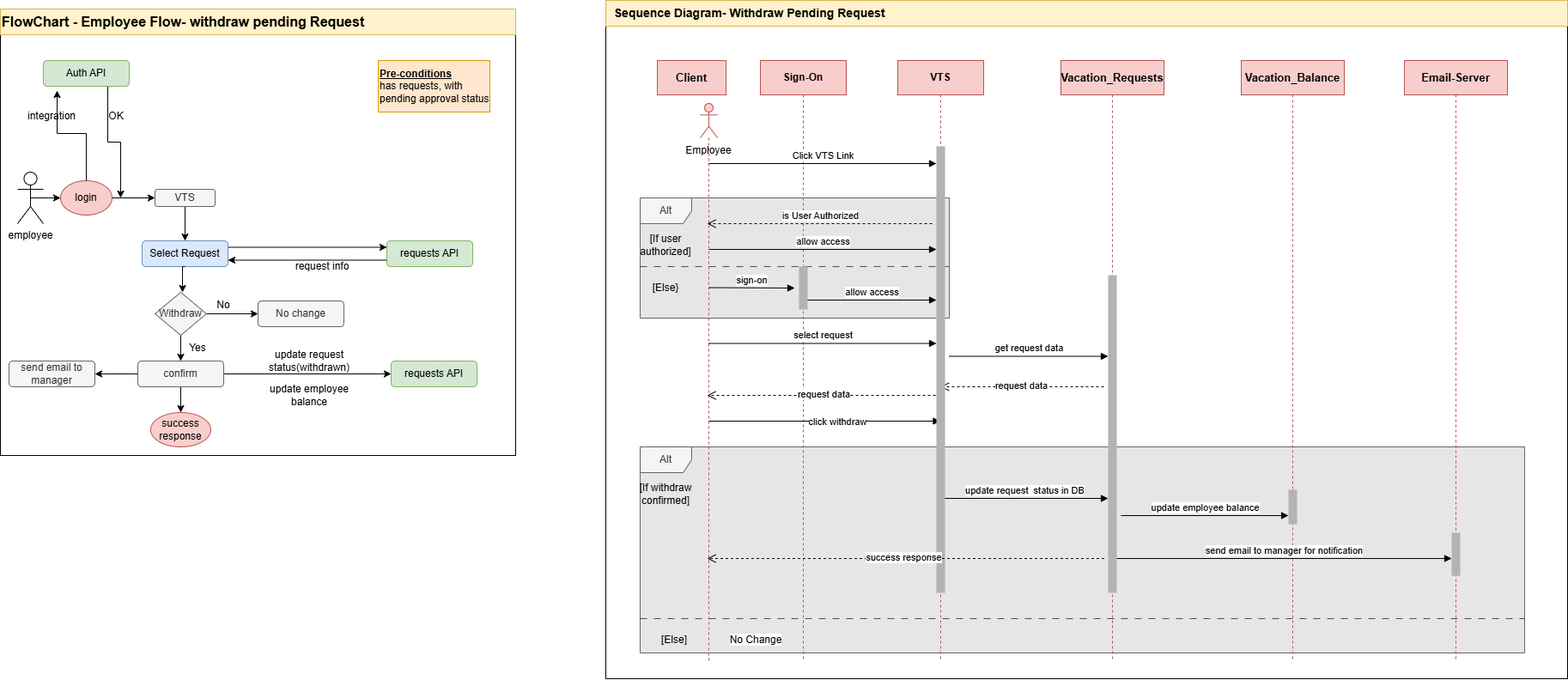
This is images/VTS-withdraw request.png from Radwa-Kelany/task1-VTS, a draw.io export, as it was before one commit. Source tidied: cells renumbered, new cells last; positions are measured from the earlier drawing's top-left corner, leaving out a move shared by most shapes.
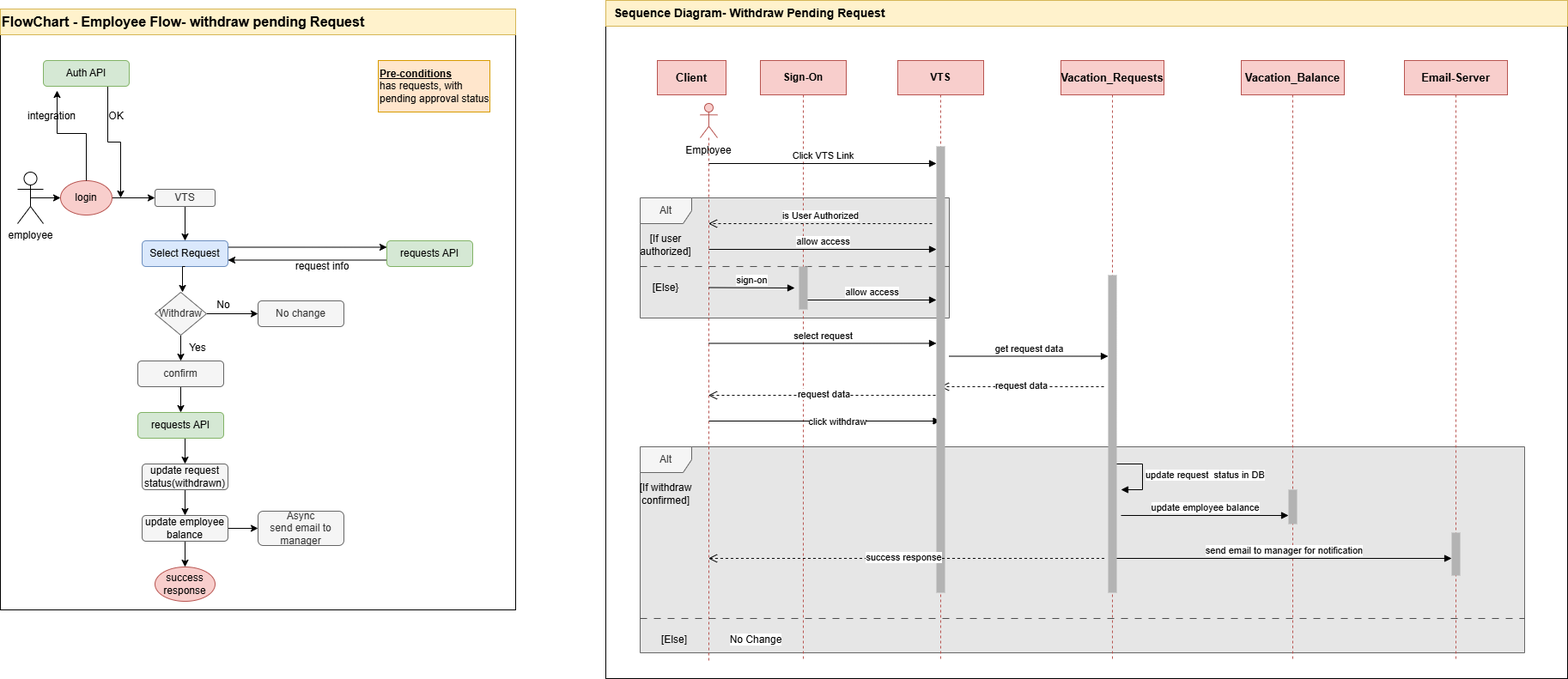
Above is the later version.

Change to the diagram source:
```diff
@@ -3,7 +3,7 @@
     <mxCell id="0" />
     <mxCell id="1" parent="0" />
     <mxCell id="2" style="rounded=0;whiteSpace=wrap;html=1;" parent="1" vertex="1">
-      <mxGeometry y="30" width="600" height="500" as="geometry" />
+      <mxGeometry y="30" width="600" height="680" as="geometry" />
     </mxCell>
     <mxCell id="3" style="edgeStyle=orthogonalEdgeStyle;rounded=0;jettySize=auto;html=1;exitX=0.5;exitY=0.5;exitDx=0;exitDy=0;exitPerimeter=0;entryX=0;entryY=0.5;entryDx=0;entryDy=0;" parent="1" edge="1" source="4" target="6">
       <mxGeometry relative="1" as="geometry" />
@@ -36,9 +36,6 @@
         <mxPoint x="212" y="340" as="targetPoint" />
       </mxGeometry>
     </mxCell>
-    <mxCell id="12" style="edgeStyle=orthogonalEdgeStyle;rounded=0;jettySize=auto;html=1;exitX=1;exitY=0.5;exitDx=0;exitDy=0;entryX=0;entryY=0.5;entryDx=0;entryDy=0;" parent="1" edge="1" source="20" target="29">
-      <mxGeometry relative="1" as="geometry" />
-    </mxCell>
     <mxCell id="13" style="edgeStyle=orthogonalEdgeStyle;rounded=0;jettySize=auto;html=1;exitX=0.75;exitY=1;exitDx=0;exitDy=0;" parent="1" edge="1" source="14">
       <mxGeometry relative="1" as="geometry">
         <mxPoint x="140" y="230" as="targetPoint" />
@@ -61,9 +58,6 @@
         <mxPoint x="210" y="480" as="targetPoint" />
       </mxGeometry>
     </mxCell>
-    <mxCell id="19" style="edgeStyle=orthogonalEdgeStyle;rounded=0;jettySize=auto;html=1;exitX=0;exitY=0.5;exitDx=0;exitDy=0;entryX=1;entryY=0.5;entryDx=0;entryDy=0;" parent="1" edge="1" source="20" target="32">
-      <mxGeometry relative="1" as="geometry" />
-    </mxCell>
     <mxCell id="20" value="confirm" style="rounded=1;whiteSpace=wrap;html=1;fillColor=#f5f5f5;fontColor=#333333;strokeColor=#666666;" parent="1" vertex="1">
       <mxGeometry x="160" y="420" width="100" height="30" as="geometry" />
     </mxCell>
@@ -91,17 +85,17 @@
     <mxCell id="28" value="Withdraw" style="rhombus;whiteSpace=wrap;html=1;fillColor=#f5f5f5;fontColor=#333333;strokeColor=#666666;" parent="1" vertex="1">
       <mxGeometry x="180" y="340" width="60" height="50" as="geometry" />
     </mxCell>
+    <mxCell id="78" style="edgeStyle=orthogonalEdgeStyle;rounded=0;jettySize=auto;html=1;exitX=0.5;exitY=1;exitDx=0;exitDy=0;entryX=0.5;entryY=0;entryDx=0;entryDy=0;" parent="1" edge="1" source="29" target="30">
+      <mxGeometry relative="1" as="geometry" />
+    </mxCell>
     <mxCell id="29" value="requests API" style="rounded=1;whiteSpace=wrap;html=1;fillColor=#d5e8d4;strokeColor=#82b366;" parent="1" vertex="1">
-      <mxGeometry x="455" y="420" width="100" height="30" as="geometry" />
+      <mxGeometry x="160" y="480" width="100" height="30" as="geometry" />
     </mxCell>
-    <mxCell id="30" value="update request status(withdrawn)" style="text;html=1;whiteSpace=wrap;strokeColor=none;fillColor=none;align=center;verticalAlign=middle;rounded=0;" parent="1" vertex="1">
-      <mxGeometry x="310" y="410" width="100" height="20" as="geometry" />
-    </mxCell>
     <mxCell id="31" value="success response" style="ellipse;whiteSpace=wrap;html=1;fillColor=#f8cecc;strokeColor=#b85450;" parent="1" vertex="1">
-      <mxGeometry x="175" y="480" width="70" height="40" as="geometry" />
+      <mxGeometry x="180" y="660" width="70" height="40" as="geometry" />
     </mxCell>
-    <mxCell id="32" value="send email to manager" style="rounded=1;whiteSpace=wrap;html=1;fillColor=#f5f5f5;fontColor=#333333;strokeColor=#666666;" parent="1" vertex="1">
-      <mxGeometry x="10" y="420" width="100" height="30" as="geometry" />
+    <mxCell id="32" value="Async&lt;div&gt;send email to manager&lt;/div&gt;" style="rounded=1;whiteSpace=wrap;html=1;fillColor=#f5f5f5;fontColor=#333333;strokeColor=#666666;" parent="1" vertex="1">
+      <mxGeometry x="300" y="595" width="100" height="40" as="geometry" />
     </mxCell>
     <mxCell id="33" value="Yes" style="text;html=1;whiteSpace=wrap;strokeColor=none;fillColor=none;align=center;verticalAlign=middle;rounded=0;" parent="1" vertex="1">
       <mxGeometry x="200" y="390" width="60" height="30" as="geometry" />
@@ -112,9 +106,6 @@
     <mxCell id="35" value="No" style="text;html=1;whiteSpace=wrap;strokeColor=none;fillColor=none;align=center;verticalAlign=middle;rounded=0;" parent="1" vertex="1">
       <mxGeometry x="230" y="340" width="60" height="30" as="geometry" />
     </mxCell>
-    <mxCell id="36" value="update employee balance" style="text;html=1;whiteSpace=wrap;strokeColor=none;fillColor=none;align=center;verticalAlign=middle;rounded=0;" parent="1" vertex="1">
-      <mxGeometry x="310" y="450" width="100" height="20" as="geometry" />
-    </mxCell>
     <mxCell id="37" style="rounded=0;whiteSpace=wrap;html=1;" parent="1" vertex="1">
       <mxGeometry x="705" width="1120" height="790" as="geometry" />
     </mxCell>
@@ -235,12 +226,6 @@
     <mxCell id="67" value="Employee" style="text;html=1;whiteSpace=wrap;strokeColor=none;fillColor=none;align=center;verticalAlign=middle;rounded=0;" parent="1" vertex="1">
       <mxGeometry x="795" y="160" width="60" height="30" as="geometry" />
     </mxCell>
-    <mxCell id="68" value="&lt;span style=&quot;text-align: left;&quot;&gt;update request&amp;nbsp; status in DB&lt;/span&gt;" style="html=1;verticalAlign=bottom;endArrow=block;curved=0;rounded=0;" parent="1" edge="1">
-      <mxGeometry x="0.01" relative="1" as="geometry">
-        <mxPoint x="1095" y="580" as="sourcePoint" />
-        <mxPoint x="1290" y="580" as="targetPoint" />
-      </mxGeometry>
-    </mxCell>
     <mxCell id="69" value="select request" style="html=1;verticalAlign=bottom;endArrow=block;curved=0;rounded=0;" parent="1" edge="1" target="73">
       <mxGeometry relative="1" as="geometry">
         <mxPoint x="825" y="399.5" as="sourcePoint" />
@@ -278,5 +263,30 @@
     <mxCell id="77" value="success response" style="edgeLabel;html=1;align=center;verticalAlign=middle;" parent="76" vertex="1">
       <mxGeometry x="0.01" y="-2" relative="1" as="geometry" />
     </mxCell>
+    <mxCell id="79" style="edgeStyle=orthogonalEdgeStyle;rounded=0;jettySize=auto;html=1;exitX=0.5;exitY=1;exitDx=0;exitDy=0;entryX=0.5;entryY=0;entryDx=0;entryDy=0;" parent="1" edge="1" source="30" target="36">
+      <mxGeometry relative="1" as="geometry" />
+    </mxCell>
+    <mxCell id="30" value="&lt;span style=&quot;color: rgb(0, 0, 0);&quot;&gt;update request status(withdrawn)&lt;/span&gt;" style="rounded=1;whiteSpace=wrap;html=1;fillColor=#f5f5f5;fontColor=#333333;strokeColor=#666666;" parent="1" vertex="1">
+      <mxGeometry x="165" y="540" width="100" height="30" as="geometry" />
+    </mxCell>
+    <mxCell id="80" style="edgeStyle=orthogonalEdgeStyle;rounded=0;jettySize=auto;html=1;exitX=0.5;exitY=1;exitDx=0;exitDy=0;entryX=0.5;entryY=0;entryDx=0;entryDy=0;" parent="1" edge="1" source="36" target="31">
+      <mxGeometry relative="1" as="geometry" />
+    </mxCell>
+    <mxCell id="81" style="edgeStyle=orthogonalEdgeStyle;rounded=0;jettySize=auto;html=1;exitX=1;exitY=0.5;exitDx=0;exitDy=0;" parent="1" edge="1" source="36" target="32">
+      <mxGeometry relative="1" as="geometry" />
+    </mxCell>
+    <mxCell id="36" value="&lt;span style=&quot;color: rgb(0, 0, 0);&quot;&gt;update employee balance&lt;/span&gt;" style="rounded=1;whiteSpace=wrap;html=1;fillColor=#f5f5f5;fontColor=#333333;strokeColor=#666666;" parent="1" vertex="1">
+      <mxGeometry x="165" y="600" width="100" height="30" as="geometry" />
+    </mxCell>
+    <mxCell id="68" value="update request&amp;nbsp; status in DB" style="html=1;align=left;spacingLeft=2;endArrow=block;rounded=0;edgeStyle=orthogonalEdgeStyle;curved=0;rounded=0;" parent="1" edge="1">
+      <mxGeometry relative="1" as="geometry">
+        <mxPoint x="1300" y="540" as="sourcePoint" />
+        <mxPoint x="1305" y="570" as="targetPoint" />
+        <Array as="points">
+          <mxPoint x="1330" y="540" />
+          <mxPoint x="1330" y="570" />
+        </Array>
+      </mxGeometry>
+    </mxCell>
   </root>
 </mxGraphModel>
```
